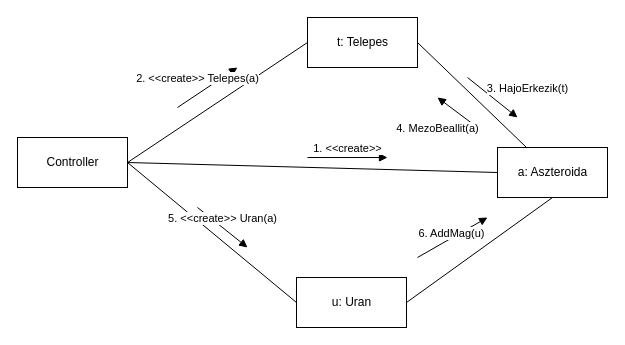
Before: page "uran" (4 of 4) of doc/kommunikacio/kom_TelepesBanyasz.drawio in torpeBoiGo/aszteroidabanyaszat, a draw.io diagram. Source tidied: cells renumbered, new cells numbered last; positions are measured from the earlier drawing's top-left corner, leaving out a move shared by most shapes. Both pictures are drawn from the tidied source at 100%, with x=0, y=0 at pixel (17, 17).
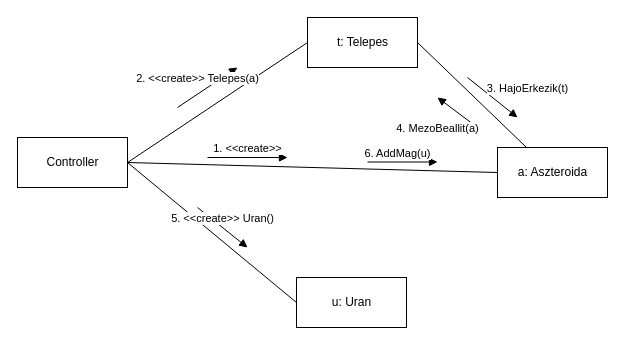
After the change.

The change refers to these unchanged cells:
```xml
<mxCell id="4" value="a: Aszteroida" style="html=1;" parent="1" vertex="1">
  <mxGeometry x="480" y="130" width="110" height="50" as="geometry" />
</mxCell>
<mxCell id="12" value="u: Uran" style="html=1;" parent="1" vertex="1">
  <mxGeometry x="279" y="260" width="110" height="50" as="geometry" />
</mxCell>
```

The edit, as a diff of the source:
```diff
@@
     <mxCell id="7" value="1. &amp;lt;&amp;lt;create&amp;gt;&amp;gt;" style="html=1;verticalAlign=bottom;endArrow=block;" parent="1" edge="1">
       <mxGeometry relative="1" as="geometry">
-        <mxPoint x="290" y="140" as="sourcePoint" />
-        <mxPoint x="370" y="140" as="targetPoint" />
+        <mxPoint x="190" y="140" as="sourcePoint" />
+        <mxPoint x="270" y="140" as="targetPoint" />
       </mxGeometry>
     </mxCell>
@@
-    <mxCell id="14" style="endArrow=none;html=1;exitX=1;exitY=0.5;exitDx=0;exitDy=0;entryX=0.5;entryY=1;entryDx=0;entryDy=0;" parent="1" edge="1" source="12" target="4">
-      <mxGeometry relative="1" as="geometry" />
-    </mxCell>
-    <mxCell id="15" value="5. &amp;lt;&amp;lt;create&amp;gt;&amp;gt; Uran(a)" style="html=1;verticalAlign=bottom;endArrow=block;" parent="1" edge="1">
+    <mxCell id="15" value="5. &amp;lt;&amp;lt;create&amp;gt;&amp;gt; Uran()" style="html=1;verticalAlign=bottom;endArrow=block;" parent="1" edge="1">
       <mxGeometry relative="1" as="geometry">
         <mxPoint x="180" y="190" as="sourcePoint" />
         <mxPoint x="230" y="230" as="targetPoint" />
       </mxGeometry>
     </mxCell>
     <mxCell id="16" value="6. AddMag(u)" style="html=1;verticalAlign=bottom;endArrow=block;" parent="1" edge="1">
-      <mxGeometry x="-0.07" y="-4" relative="1" as="geometry">
-        <mxPoint x="400" y="240" as="sourcePoint" />
-        <mxPoint x="470" y="200" as="targetPoint" />
+      <mxGeometry x="-0.14" relative="1" as="geometry">
+        <mxPoint x="350" y="144.5" as="sourcePoint" />
+        <mxPoint x="420" y="144.5" as="targetPoint" />
       </mxGeometry>
     </mxCell>
```
